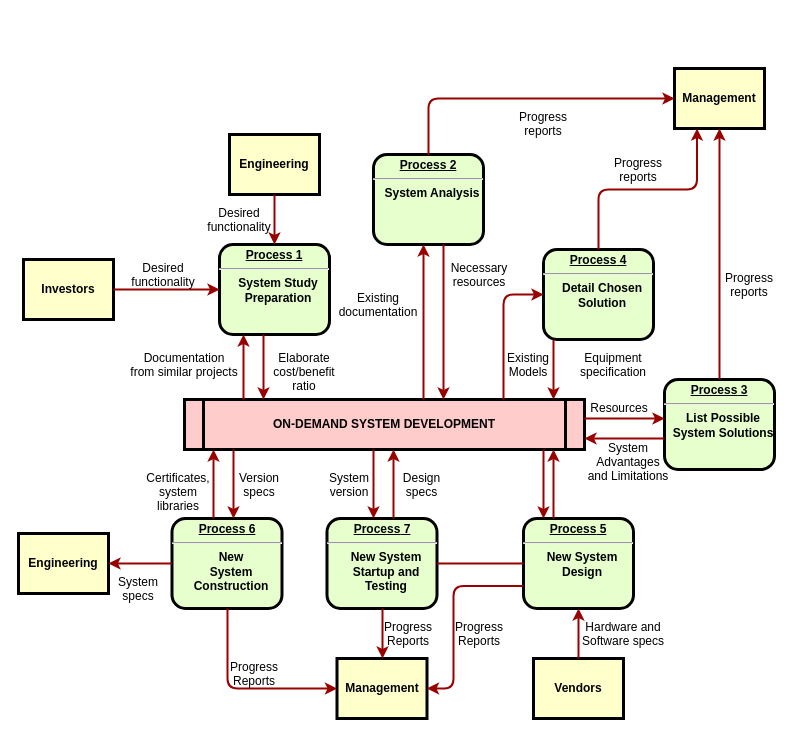
Above: app_rd.drawio in cnTailor/draw (draw.io), before the change. Source tidied: cells renumbered, new cells numbered last; positions are measured from the earlier drawing's top-left corner, leaving out a move shared by most shapes. Both pictures are drawn from the tidied source at 100%, with x=0, y=0 at pixel (18, 68).
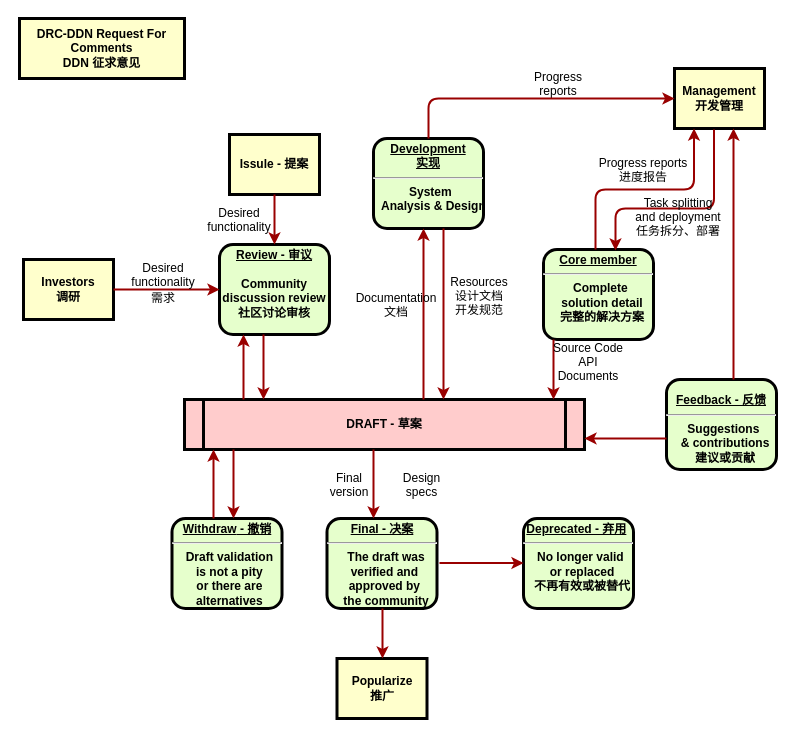
The same page after the edit.

What changed in the source:
```diff
@@
-    <mxCell id="2" value="&lt;p style=&quot;margin: 0px; margin-top: 4px; text-align: center; text-decoration: underline;&quot;&gt;&lt;strong&gt;Process 1&lt;br /&gt;&lt;/strong&gt;&lt;/p&gt;&lt;hr /&gt;&lt;p style=&quot;margin: 0px; margin-left: 8px;&quot;&gt;System Study&lt;/p&gt;&lt;p style=&quot;margin: 0px; margin-left: 8px;&quot;&gt;Preparation&lt;/p&gt;" style="verticalAlign=middle;align=center;overflow=fill;fontSize=12;fontFamily=Helvetica;html=1;rounded=1;fontStyle=1;strokeWidth=3;fillColor=#E6FFCC;" parent="1" vertex="1">
+    <mxCell id="2" value="&lt;p style=&quot;margin: 0px ; margin-top: 4px ; text-align: center ; text-decoration: underline&quot;&gt;&lt;strong&gt;Review - 审议&lt;br&gt;&lt;/strong&gt;&lt;/p&gt;&lt;p style=&quot;margin: 0px ; margin-left: 8px&quot;&gt;&lt;br&gt;&lt;/p&gt;Community &lt;br&gt;discussion review&lt;br&gt;社区讨论审核" style="verticalAlign=middle;align=center;overflow=fill;fontSize=12;fontFamily=Helvetica;html=1;rounded=1;fontStyle=1;strokeWidth=3;fillColor=#E6FFCC;" parent="1" vertex="1">
       <mxGeometry x="201" y="176" width="110" height="90" as="geometry" />
     </mxCell>
-    <mxCell id="3" value="Engineering" style="whiteSpace=wrap;align=center;verticalAlign=middle;fontStyle=1;strokeWidth=3;fillColor=#FFFFCC;" parent="1" vertex="1">
+    <mxCell id="3" value="Issule - 提案" style="whiteSpace=wrap;align=center;verticalAlign=middle;fontStyle=1;strokeWidth=3;fillColor=#FFFFCC;" parent="1" vertex="1">
       <mxGeometry x="211" y="66" width="90" height="60" as="geometry" />
     </mxCell>
-    <mxCell id="4" value="Investors" style="whiteSpace=wrap;align=center;verticalAlign=middle;fontStyle=1;strokeWidth=3;fillColor=#FFFFCC;" parent="1" vertex="1">
+    <mxCell id="4" value="Investors&#10;调研" style="whiteSpace=wrap;align=center;verticalAlign=middle;fontStyle=1;strokeWidth=3;fillColor=#FFFFCC;" parent="1" vertex="1">
       <mxGeometry x="5" y="191" width="90" height="60" as="geometry" />
     </mxCell>
-    <mxCell id="5" value="ON-DEMAND SYSTEM DEVELOPMENT" style="shape=process;whiteSpace=wrap;align=center;verticalAlign=middle;size=0.0475;fontStyle=1;strokeWidth=3;fillColor=#FFCCCC;" parent="1" vertex="1">
+    <mxCell id="5" value="DRAFT - 草案" style="shape=process;whiteSpace=wrap;align=center;verticalAlign=middle;size=0.0475;fontStyle=1;strokeWidth=3;fillColor=#FFCCCC;" parent="1" vertex="1">
       <mxGeometry x="166" y="331" width="400" height="50" as="geometry" />
     </mxCell>
-    <mxCell id="6" value="&lt;p style=&quot;margin: 0px; margin-top: 4px; text-align: center; text-decoration: underline;&quot;&gt;&lt;strong&gt;Process 2&lt;br /&gt;&lt;/strong&gt;&lt;/p&gt;&lt;hr /&gt;&lt;p style=&quot;margin: 0px; margin-left: 8px;&quot;&gt;System Analysis&lt;/p&gt;" style="verticalAlign=middle;align=center;overflow=fill;fontSize=12;fontFamily=Helvetica;html=1;rounded=1;fontStyle=1;strokeWidth=3;fillColor=#E6FFCC;" parent="1" vertex="1">
-      <mxGeometry x="355" y="86" width="110" height="90" as="geometry" />
+    <mxCell id="6" value="&lt;p style=&quot;margin: 0px ; margin-top: 4px ; text-align: center ; text-decoration: underline&quot;&gt;&lt;/p&gt;&lt;u&gt;Development&lt;br&gt;实现&lt;/u&gt;&lt;hr&gt;&lt;p style=&quot;margin: 0px ; margin-left: 8px&quot;&gt;System&amp;nbsp;&lt;/p&gt;&lt;p style=&quot;margin: 0px ; margin-left: 8px&quot;&gt;Analysis &amp;amp;&amp;nbsp;&lt;span&gt;Design&lt;/span&gt;&lt;/p&gt;" style="verticalAlign=middle;align=center;overflow=fill;fontSize=12;fontFamily=Helvetica;html=1;rounded=1;fontStyle=1;strokeWidth=3;fillColor=#E6FFCC;" parent="1" vertex="1">
+      <mxGeometry x="355" y="70" width="110" height="90" as="geometry" />
     </mxCell>
-    <mxCell id="7" value="&lt;p style=&quot;margin: 0px; margin-top: 4px; text-align: center; text-decoration: underline;&quot;&gt;&lt;strong&gt;&lt;strong&gt;Process&lt;/strong&gt; 3&lt;br /&gt;&lt;/strong&gt;&lt;/p&gt;&lt;hr /&gt;&lt;p style=&quot;margin: 0px; margin-left: 8px;&quot;&gt;List Possible&lt;/p&gt;&lt;p style=&quot;margin: 0px; margin-left: 8px;&quot;&gt;System Solutions&lt;/p&gt;" style="verticalAlign=middle;align=center;overflow=fill;fontSize=12;fontFamily=Helvetica;html=1;rounded=1;fontStyle=1;strokeWidth=3;fillColor=#E6FFCC;" parent="1" vertex="1">
-      <mxGeometry x="646" y="311" width="110" height="90" as="geometry" />
+    <mxCell id="7" value="&lt;u&gt;&lt;br&gt;Feedback - 反馈&lt;/u&gt;&lt;u&gt;&lt;br&gt;&lt;/u&gt;&lt;hr&gt;&lt;p style=&quot;margin: 0px ; margin-left: 8px&quot;&gt;Suggestions&amp;nbsp;&lt;/p&gt;&lt;p style=&quot;margin: 0px ; margin-left: 8px&quot;&gt;&amp;amp; contributions&lt;br&gt;&lt;/p&gt;&lt;p style=&quot;margin: 0px ; margin-left: 8px&quot;&gt;建议或贡献&lt;/p&gt;" style="verticalAlign=middle;align=center;overflow=fill;fontSize=12;fontFamily=Helvetica;html=1;rounded=1;fontStyle=1;strokeWidth=3;fillColor=#E6FFCC;" parent="1" vertex="1">
+      <mxGeometry x="648" y="311" width="110" height="90" as="geometry" />
     </mxCell>
-    <mxCell id="8" value="&lt;p style=&quot;margin: 0px; margin-top: 4px; text-align: center; text-decoration: underline;&quot;&gt;&lt;strong&gt;&lt;strong&gt;Process&lt;/strong&gt; 4&lt;br /&gt;&lt;/strong&gt;&lt;/p&gt;&lt;hr /&gt;&lt;p style=&quot;margin: 0px; margin-left: 8px;&quot;&gt;Detail Chosen&lt;/p&gt;&lt;p style=&quot;margin: 0px; margin-left: 8px;&quot;&gt;Solution&lt;/p&gt;" style="verticalAlign=middle;align=center;overflow=fill;fontSize=12;fontFamily=Helvetica;html=1;rounded=1;fontStyle=1;strokeWidth=3;fillColor=#E6FFCC;" parent="1" vertex="1">
+    <mxCell id="8" value="&lt;p style=&quot;margin: 0px ; margin-top: 4px ; text-align: center ; text-decoration: underline&quot;&gt;&lt;strong&gt;Core member&lt;br&gt;&lt;/strong&gt;&lt;/p&gt;&lt;hr&gt;&lt;p style=&quot;margin: 0px ; margin-left: 8px&quot;&gt;Complete&amp;nbsp;&lt;/p&gt;&lt;p style=&quot;margin: 0px ; margin-left: 8px&quot;&gt;solution detail&lt;br&gt;&lt;/p&gt;&lt;p style=&quot;margin: 0px ; margin-left: 8px&quot;&gt;完整的解决方案&lt;br&gt;&lt;/p&gt;" style="verticalAlign=middle;align=center;overflow=fill;fontSize=12;fontFamily=Helvetica;html=1;rounded=1;fontStyle=1;strokeWidth=3;fillColor=#E6FFCC;" parent="1" vertex="1">
       <mxGeometry x="525" y="181" width="110" height="90" as="geometry" />
     </mxCell>
-    <mxCell id="9" value="&lt;p style=&quot;margin: 0px; margin-top: 4px; text-align: center; text-decoration: underline;&quot;&gt;&lt;strong&gt;&lt;strong&gt;Process&lt;/strong&gt; 5&lt;br /&gt;&lt;/strong&gt;&lt;/p&gt;&lt;hr /&gt;&lt;p style=&quot;margin: 0px; margin-left: 8px;&quot;&gt;New System&lt;/p&gt;&lt;p style=&quot;margin: 0px; margin-left: 8px;&quot;&gt;Design&lt;/p&gt;" style="verticalAlign=middle;align=center;overflow=fill;fontSize=12;fontFamily=Helvetica;html=1;rounded=1;fontStyle=1;strokeWidth=3;fillColor=#E6FFCC;" parent="1" vertex="1">
+    <mxCell id="9" value="&lt;p style=&quot;margin: 0px ; margin-top: 4px ; text-align: center ; text-decoration: underline&quot;&gt;&lt;/p&gt;&lt;u&gt;Deprecated - 弃用&lt;/u&gt;&lt;strong&gt;&amp;nbsp;&lt;/strong&gt;&lt;u&gt;&lt;br&gt;&lt;/u&gt;&lt;hr&gt;&lt;p style=&quot;margin: 0px ; margin-left: 8px&quot;&gt;No longer valid&amp;nbsp;&lt;/p&gt;&lt;p style=&quot;margin: 0px ; margin-left: 8px&quot;&gt;or replaced&lt;br&gt;&lt;/p&gt;&lt;p style=&quot;margin: 0px ; margin-left: 8px&quot;&gt;不再有效或被替代&lt;/p&gt;" style="verticalAlign=middle;align=center;overflow=fill;fontSize=12;fontFamily=Helvetica;html=1;rounded=1;fontStyle=1;strokeWidth=3;fillColor=#E6FFCC;" parent="1" vertex="1">
       <mxGeometry x="505" y="450" width="110" height="90" as="geometry" />
     </mxCell>
-    <mxCell id="10" value="&lt;p style=&quot;margin: 0px; margin-top: 4px; text-align: center; text-decoration: underline;&quot;&gt;&lt;strong&gt;&lt;strong&gt;Process&lt;/strong&gt; 6&lt;br /&gt;&lt;/strong&gt;&lt;/p&gt;&lt;hr /&gt;&lt;p style=&quot;margin: 0px; margin-left: 8px;&quot;&gt;New&lt;/p&gt;&lt;p style=&quot;margin: 0px; margin-left: 8px;&quot;&gt;System&lt;/p&gt;&lt;p style=&quot;margin: 0px; margin-left: 8px;&quot;&gt;Construction&lt;/p&gt;" style="verticalAlign=middle;align=center;overflow=fill;fontSize=12;fontFamily=Helvetica;html=1;rounded=1;fontStyle=1;strokeWidth=3;fillColor=#E6FFCC;" parent="1" vertex="1">
+    <mxCell id="10" value="&lt;p style=&quot;margin: 0px ; margin-top: 4px ; text-align: center ; text-decoration: underline&quot;&gt;&lt;strong&gt;&lt;strong&gt;Withdraw&lt;/strong&gt;&amp;nbsp;- 撤销&lt;br&gt;&lt;/strong&gt;&lt;/p&gt;&lt;hr&gt;&lt;p style=&quot;margin: 0px ; margin-left: 8px&quot;&gt;Draft validation&amp;nbsp;&lt;/p&gt;&lt;p style=&quot;margin: 0px ; margin-left: 8px&quot;&gt;is not a pity&amp;nbsp;&lt;/p&gt;&lt;p style=&quot;margin: 0px ; margin-left: 8px&quot;&gt;or there are&amp;nbsp;&lt;/p&gt;&lt;p style=&quot;margin: 0px ; margin-left: 8px&quot;&gt;alternatives&amp;nbsp;&lt;/p&gt;" style="verticalAlign=middle;align=center;overflow=fill;fontSize=12;fontFamily=Helvetica;html=1;rounded=1;fontStyle=1;strokeWidth=3;fillColor=#E6FFCC;" parent="1" vertex="1">
       <mxGeometry x="153.5" y="450" width="110" height="90" as="geometry" />
     </mxCell>
-    <mxCell id="11" value="Management" style="whiteSpace=wrap;align=center;verticalAlign=middle;fontStyle=1;strokeWidth=3;fillColor=#FFFFCC;" parent="1" vertex="1">
+    <mxCell id="11" value="Management&#10;开发管理" style="whiteSpace=wrap;align=center;verticalAlign=middle;fontStyle=1;strokeWidth=3;fillColor=#FFFFCC;" parent="1" vertex="1">
       <mxGeometry x="656" width="90" height="60" as="geometry" />
     </mxCell>
-    <mxCell id="12" value="Management" style="whiteSpace=wrap;align=center;verticalAlign=middle;fontStyle=1;strokeWidth=3;fillColor=#FFFFCC;" parent="1" vertex="1">
+    <mxCell id="12" value="Popularize&#10;推广" style="whiteSpace=wrap;align=center;verticalAlign=middle;fontStyle=1;strokeWidth=3;fillColor=#FFFFCC;" parent="1" vertex="1">
       <mxGeometry x="318.5" y="590" width="90" height="60" as="geometry" />
     </mxCell>
-    <mxCell id="13" value="Engineering" style="whiteSpace=wrap;align=center;verticalAlign=middle;fontStyle=1;strokeWidth=3;fillColor=#FFFFCC;" parent="1" vertex="1">
-      <mxGeometry y="465" width="90" height="60" as="geometry" />
-    </mxCell>
-    <mxCell id="14" value="Vendors" style="whiteSpace=wrap;align=center;verticalAlign=middle;fontStyle=1;strokeWidth=3;fillColor=#FFFFCC;" parent="1" vertex="1">
-      <mxGeometry x="515" y="590" width="90" height="60" as="geometry" />
-    </mxCell>
@@
-    <mxCell id="17" value="&lt;p style=&quot;margin: 0px; margin-top: 4px; text-align: center; text-decoration: underline;&quot;&gt;&lt;strong&gt;&lt;strong&gt;Process&lt;/strong&gt; 7&lt;br /&gt;&lt;/strong&gt;&lt;/p&gt;&lt;hr /&gt;&lt;p style=&quot;margin: 0px; margin-left: 8px;&quot;&gt;New System&lt;/p&gt;&lt;p style=&quot;margin: 0px; margin-left: 8px;&quot;&gt;Startup and&lt;/p&gt;&lt;p style=&quot;margin: 0px; margin-left: 8px;&quot;&gt;Testing&lt;/p&gt;" style="verticalAlign=middle;align=center;overflow=fill;fontSize=12;fontFamily=Helvetica;html=1;rounded=1;fontStyle=1;strokeWidth=3;fillColor=#E6FFCC;" parent="1" vertex="1">
+    <mxCell id="17" value="&lt;p style=&quot;margin: 0px ; margin-top: 4px ; text-align: center ; text-decoration: underline&quot;&gt;&lt;strong&gt;Final - 决案&lt;br&gt;&lt;/strong&gt;&lt;/p&gt;&lt;hr&gt;&lt;p style=&quot;margin: 0px ; margin-left: 8px&quot;&gt;The draft was&lt;/p&gt;&lt;p style=&quot;margin: 0px ; margin-left: 8px&quot;&gt;verified and&amp;nbsp;&lt;/p&gt;&lt;p style=&quot;margin: 0px ; margin-left: 8px&quot;&gt;approved by&amp;nbsp;&lt;/p&gt;&lt;p style=&quot;margin: 0px ; margin-left: 8px&quot;&gt;the community&lt;br&gt;&lt;/p&gt;" style="verticalAlign=middle;align=center;overflow=fill;fontSize=12;fontFamily=Helvetica;html=1;rounded=1;fontStyle=1;strokeWidth=3;fillColor=#E6FFCC;" parent="1" vertex="1">
       <mxGeometry x="308.5" y="450" width="110" height="90" as="geometry" />
     </mxCell>
-    <mxCell id="18" style="endArrow=none;noEdgeStyle=1;strokeColor=#990000;strokeWidth=2;" parent="1" edge="1" source="9" target="17">
-      <mxGeometry relative="1" as="geometry" />
-    </mxCell>
@@
-    <mxCell id="21" value="Documentation&#10;from similar projects" style="text;spacingTop=-5;align=center;" parent="1" vertex="1">
-      <mxGeometry x="151" y="281" width="30" height="20" as="geometry" />
-    </mxCell>
@@
-    <mxCell id="24" value="Elaborate&#10;cost/benefit&#10;ratio" style="text;spacingTop=-5;align=center;" parent="1" vertex="1">
-      <mxGeometry x="271" y="281" width="30" height="20" as="geometry" />
-    </mxCell>
@@
-    <mxCell id="27" value="Existing&#10;documentation" style="text;spacingTop=-5;align=center;" parent="1" vertex="1">
-      <mxGeometry x="345" y="221" width="30" height="20" as="geometry" />
+    <mxCell id="27" value="Documentation&#10;文档" style="text;spacingTop=-5;align=center;" parent="1" vertex="1">
+      <mxGeometry x="363" y="221" width="30" height="20" as="geometry" />
     </mxCell>
-    <mxCell id="28" value="Necessary&#10;resources" style="text;spacingTop=-5;align=center;" parent="1" vertex="1">
-      <mxGeometry x="446" y="191" width="30" height="20" as="geometry" />
+    <mxCell id="28" value="Resources&#10;设计文档&#10;开发规范" style="text;spacingTop=-5;align=center;" parent="1" vertex="1">
+      <mxGeometry x="446" y="205" width="30" height="20" as="geometry" />
     </mxCell>
     <mxCell id="29" value="Progress&#10;reports" style="text;spacingTop=-5;align=center;" parent="1" vertex="1">
-      <mxGeometry x="510" y="40" width="30" height="20" as="geometry" />
+      <mxGeometry x="525" width="30" height="20" as="geometry" />
     </mxCell>
-    <mxCell id="30" value="Progress&#10;reports" style="text;spacingTop=-5;align=center;" parent="1" vertex="1">
-      <mxGeometry x="605" y="86" width="30" height="20" as="geometry" />
+    <mxCell id="30" value="Progress reports&#10;进度报告" style="text;spacingTop=-5;align=center;" parent="1" vertex="1">
+      <mxGeometry x="585" y="86" width="80" height="24" as="geometry" />
     </mxCell>
-    <mxCell id="31" value="Progress&#10;reports" style="text;spacingTop=-5;align=center;" parent="1" vertex="1">
-      <mxGeometry x="716" y="201" width="30" height="20" as="geometry" />
-    </mxCell>
@@
-    <mxCell id="33" style="edgeStyle=elbowEdgeStyle;elbow=vertical;entryX=0.25;entryY=1;strokeColor=#990000;strokeWidth=2;" parent="1" edge="1" source="8" target="11">
-      <mxGeometry relative="1" as="geometry" />
+    <mxCell id="33" style="edgeStyle=elbowEdgeStyle;elbow=vertical;entryX=0.25;entryY=1;strokeColor=#990000;strokeWidth=2;" parent="1" edge="1">
+      <mxGeometry relative="1" as="geometry">
+        <mxPoint x="577" y="181" as="sourcePoint" />
+        <mxPoint x="675.5" y="60" as="targetPoint" />
+      </mxGeometry>
     </mxCell>
-    <mxCell id="34" style="edgeStyle=elbowEdgeStyle;elbow=horizontal;strokeColor=#990000;strokeWidth=2;" parent="1" edge="1" source="7" target="11">
-      <mxGeometry relative="1" as="geometry" />
+    <mxCell id="34" style="edgeStyle=elbowEdgeStyle;elbow=horizontal;strokeColor=#990000;strokeWidth=2;" parent="1" edge="1">
+      <mxGeometry relative="1" as="geometry">
+        <mxPoint x="715" y="311" as="sourcePoint" />
+        <mxPoint x="715" y="60" as="targetPoint" />
+      </mxGeometry>
     </mxCell>
@@
-    <mxCell id="36" style="edgeStyle=segmentEdgeStyle;strokeColor=#990000;strokeWidth=2;" parent="1" edge="1" source="5" target="8">
-      <mxGeometry relative="1" as="geometry">
-        <Array as="points">
-          <mxPoint x="485" y="226" />
-        </Array>
-      </mxGeometry>
-    </mxCell>
-    <mxCell id="37" value="Existing&#10;Models" style="text;spacingTop=-5;align=center;" parent="1" vertex="1">
-      <mxGeometry x="495" y="281" width="30" height="20" as="geometry" />
-    </mxCell>
-    <mxCell id="38" value="Equipment&#10;specification" style="text;spacingTop=-5;align=center;" parent="1" vertex="1">
-      <mxGeometry x="580" y="281" width="30" height="20" as="geometry" />
-    </mxCell>
-    <mxCell id="39" style="edgeStyle=elbowEdgeStyle;elbow=vertical;strokeColor=#990000;strokeWidth=2;" parent="1" edge="1" source="5" target="7">
-      <mxGeometry relative="1" as="geometry">
-        <Array as="points">
-          <mxPoint x="615" y="350" />
-        </Array>
-      </mxGeometry>
-    </mxCell>
@@
-    <mxCell id="41" value="Resources" style="text;spacingTop=-5;align=center;" parent="1" vertex="1">
-      <mxGeometry x="586" y="331" width="30" height="20" as="geometry" />
-    </mxCell>
-    <mxCell id="42" value="System &#10;Advantages &#10;and Limitations" style="text;spacingTop=-5;align=center;" parent="1" vertex="1">
-      <mxGeometry x="595" y="371" width="30" height="20" as="geometry" />
-    </mxCell>
-    <mxCell id="43" style="edgeStyle=elbowEdgeStyle;elbow=horizontal;strokeColor=#990000;strokeWidth=2;" parent="1" edge="1" source="9" target="5">
-      <mxGeometry relative="1" as="geometry">
-        <Array as="points">
-          <mxPoint x="535" y="410" />
-        </Array>
-      </mxGeometry>
-    </mxCell>
-    <mxCell id="44" style="edgeStyle=elbowEdgeStyle;elbow=horizontal;strokeColor=#990000;strokeWidth=2;" parent="1" edge="1" source="5" target="9">
-      <mxGeometry relative="1" as="geometry">
-        <Array as="points">
-          <mxPoint x="525" y="420" />
-        </Array>
-      </mxGeometry>
-    </mxCell>
-    <mxCell id="45" style="edgeStyle=elbowEdgeStyle;elbow=horizontal;strokeColor=#990000;strokeWidth=2;" parent="1" edge="1" source="14" target="9">
-      <mxGeometry relative="1" as="geometry" />
-    </mxCell>
-    <mxCell id="46" value="Hardware and&#10;Software specs" style="text;spacingTop=-5;align=center;" parent="1" vertex="1">
-      <mxGeometry x="590" y="550" width="30" height="20" as="geometry" />
-    </mxCell>
-    <mxCell id="47" style="edgeStyle=elbowEdgeStyle;elbow=horizontal;exitX=0;exitY=0.75;strokeColor=#990000;strokeWidth=2;" parent="1" edge="1" source="9" target="12">
-      <mxGeometry relative="1" as="geometry">
-        <Array as="points">
-          <mxPoint x="435" y="570" />
-        </Array>
-      </mxGeometry>
-    </mxCell>
-    <mxCell id="48" value="Progress&#10;Reports" style="text;spacingTop=-5;align=center;" parent="1" vertex="1">
-      <mxGeometry x="446" y="550" width="30" height="20" as="geometry" />
-    </mxCell>
@@
-    <mxCell id="50" value="Progress&#10;Reports" style="text;spacingTop=-5;align=center;" parent="1" vertex="1">
-      <mxGeometry x="375" y="550" width="30" height="20" as="geometry" />
-    </mxCell>
-    <mxCell id="51" style="edgeStyle=elbowEdgeStyle;elbow=horizontal;strokeColor=#990000;strokeWidth=2;" parent="1" edge="1" source="10" target="12">
-      <mxGeometry relative="1" as="geometry">
-        <Array as="points">
-          <mxPoint x="209" y="570" />
-        </Array>
-      </mxGeometry>
-    </mxCell>
-    <mxCell id="52" value="Progress&#10;Reports" style="text;spacingTop=-5;align=center;" parent="1" vertex="1">
-      <mxGeometry x="221" y="590" width="30" height="20" as="geometry" />
-    </mxCell>
-    <mxCell id="53" style="edgeStyle=elbowEdgeStyle;elbow=vertical;strokeColor=#990000;strokeWidth=2;" parent="1" edge="1" source="10" target="13">
-      <mxGeometry relative="1" as="geometry" />
-    </mxCell>
@@
-    <mxCell id="55" style="edgeStyle=elbowEdgeStyle;elbow=horizontal;strokeColor=#990000;strokeWidth=2;" parent="1" edge="1" source="17" target="5">
-      <mxGeometry relative="1" as="geometry">
-        <Array as="points">
-          <mxPoint x="375" y="410" />
-        </Array>
-      </mxGeometry>
-    </mxCell>
-    <mxCell id="56" value="Version&#10;specs" style="text;spacingTop=-5;align=center;" parent="1" vertex="1">
-      <mxGeometry x="226" y="401" width="30" height="20" as="geometry" />
-    </mxCell>
-    <mxCell id="57" value="Certificates,&#10;system&#10;libraries" style="text;spacingTop=-5;align=center;" parent="1" vertex="1">
-      <mxGeometry x="145" y="401" width="30" height="20" as="geometry" />
-    </mxCell>
@@
-    <mxCell id="60" value="System&#10;specs" style="text;spacingTop=-5;align=center;" parent="1" vertex="1">
-      <mxGeometry x="105" y="505" width="30" height="20" as="geometry" />
-    </mxCell>
@@
-    <mxCell id="62" value="System&#10;version" style="text;spacingTop=-5;align=center;" parent="1" vertex="1">
+    <mxCell id="62" value="Final&#10;version" style="text;spacingTop=-5;align=center;" parent="1" vertex="1">
       <mxGeometry x="316" y="401" width="30" height="20" as="geometry" />
     </mxCell>
+    <mxCell id="63" value="DRC-DDN Request For Comments&#10;DDN 征求意见" style="whiteSpace=wrap;align=center;verticalAlign=middle;fontStyle=1;strokeWidth=3;fillColor=#FFFFCC;" parent="1" vertex="1">
+      <mxGeometry x="1" y="-50" width="165" height="60" as="geometry" />
+    </mxCell>
+    <mxCell id="64" style="edgeStyle=elbowEdgeStyle;elbow=vertical;strokeColor=#990000;strokeWidth=2;" parent="1" edge="1">
+      <mxGeometry relative="1" as="geometry">
+        <mxPoint x="421" y="494.5" as="sourcePoint" />
+        <mxPoint x="505" y="495" as="targetPoint" />
+        <Array as="points">
+          <mxPoint x="470" y="494.5" />
+        </Array>
+      </mxGeometry>
+    </mxCell>
+    <mxCell id="65" value="需求" style="text;spacingTop=-5;align=center;" parent="1" vertex="1">
+      <mxGeometry x="130" y="221" width="30" height="20" as="geometry" />
+    </mxCell>
+    <mxCell id="66" style="edgeStyle=elbowEdgeStyle;elbow=vertical;entryX=0.25;entryY=1;strokeColor=#990000;strokeWidth=2;" parent="1" edge="1">
+      <mxGeometry relative="1" as="geometry">
+        <mxPoint x="695.5" y="61" as="sourcePoint" />
+        <mxPoint x="597" y="182" as="targetPoint" />
+        <Array as="points">
+          <mxPoint x="625" y="140" />
+        </Array>
+      </mxGeometry>
+    </mxCell>
+    <mxCell id="67" value="Task splitting &#10;and deployment&#10;任务拆分、部署" style="text;spacingTop=-5;align=center;" parent="1" vertex="1">
+      <mxGeometry x="645" y="126" width="30" height="20" as="geometry" />
+    </mxCell>
+    <mxCell id="68" value="Source Code&#10;API&#10;Documents" style="text;spacingTop=-5;align=center;" parent="1" vertex="1">
+      <mxGeometry x="555" y="271" width="30" height="20" as="geometry" />
+    </mxCell>
```
